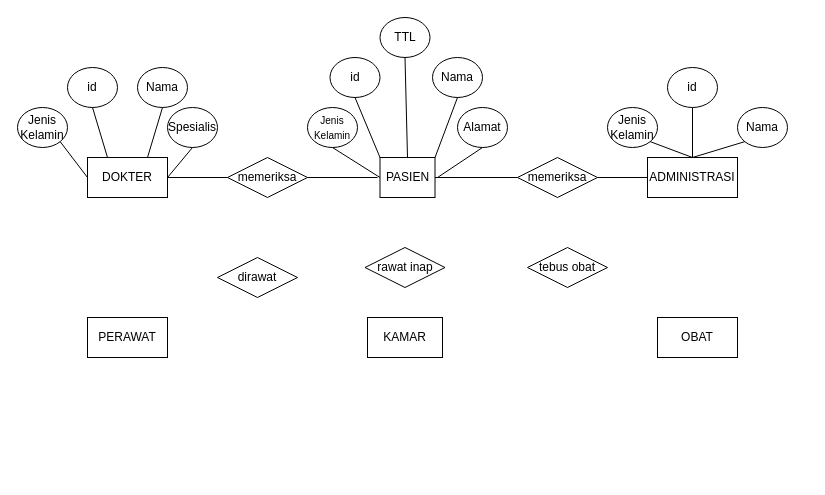
The draw.io diagram Untitled Diagram.drawio in Wigunagun/frontend, before the edit. Source tidied: cells renumbered, new cells numbered last; positions are measured from the earlier drawing's top-left corner, leaving out a move shared by most shapes. Both pictures are drawn from the tidied source at 100%, with x=0, y=0 at pixel (17, 17).
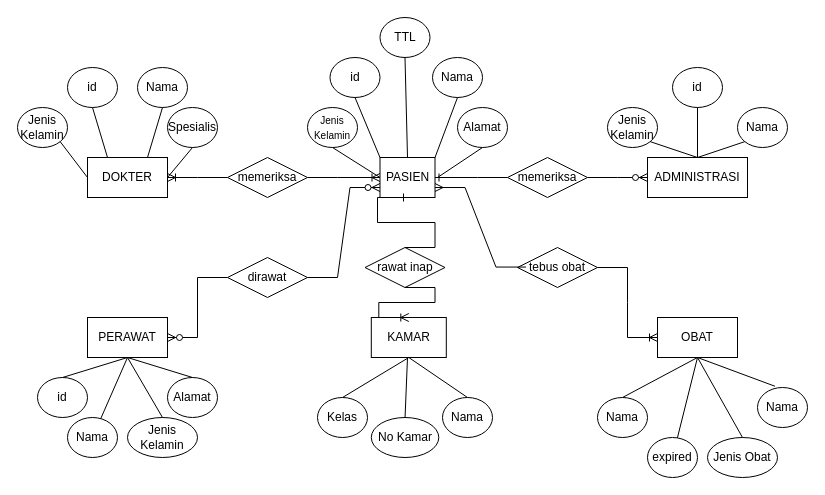
The same page after the edit.

Commit message:
klinik maharani

Unchanged cells that the change refers to:
```xml
<mxCell id="2" value="DOKTER" style="rounded=0;whiteSpace=wrap;html=1;" parent="1" vertex="1">
  <mxGeometry x="70" y="140" width="80" height="40" as="geometry" />
</mxCell>
<mxCell id="3" value="OBAT" style="rounded=0;whiteSpace=wrap;html=1;" parent="1" vertex="1">
  <mxGeometry x="640" y="300" width="80" height="40" as="geometry" />
</mxCell>
<mxCell id="5" value="PASIEN" style="rounded=0;whiteSpace=wrap;html=1;" parent="1" vertex="1">
  <mxGeometry x="362.5" y="140" width="55" height="40" as="geometry" />
</mxCell>
<mxCell id="7" value="PERAWAT" style="rounded=0;whiteSpace=wrap;html=1;" parent="1" vertex="1">
  <mxGeometry x="70" y="300" width="80" height="40" as="geometry" />
</mxCell>
<mxCell id="12" value="memeriksa" style="rhombus;whiteSpace=wrap;html=1;" parent="1" vertex="1">
  <mxGeometry x="210" y="140" width="80" height="40" as="geometry" />
</mxCell>
<mxCell id="39" value="rawat inap" style="rhombus;whiteSpace=wrap;html=1;" parent="1" vertex="1">
  <mxGeometry x="347.5" y="230" width="80" height="40" as="geometry" />
</mxCell>
```

What changed in the source:
```diff
@@
     <mxCell id="4" value="KAMAR" style="rounded=0;whiteSpace=wrap;html=1;" parent="1" vertex="1">
-      <mxGeometry x="350" y="300" width="75" height="40" as="geometry" />
+      <mxGeometry x="353.8" y="300" width="75" height="40" as="geometry" />
     </mxCell>
@@
     <mxCell id="6" value="ADMINISTRASI" style="rounded=0;whiteSpace=wrap;html=1;" parent="1" vertex="1">
-      <mxGeometry x="630" y="140" width="90" height="40" as="geometry" />
+      <mxGeometry x="630" y="140" width="100" height="40" as="geometry" />
     </mxCell>
@@
-    <mxCell id="13" style="endArrow=none;html=1;rounded=0;entryX=0;entryY=0.5;entryDx=0;entryDy=0;exitX=1;exitY=0.5;exitDx=0;exitDy=0;" parent="1" edge="1" source="2" target="12">
-      <mxGeometry relative="1" as="geometry" />
-    </mxCell>
@@
-    <mxCell id="29" style="endArrow=none;html=1;rounded=0;exitX=1;exitY=0.5;exitDx=0;exitDy=0;" parent="1" edge="1" source="12">
-      <mxGeometry relative="1" as="geometry">
-        <mxPoint x="360" y="160" as="targetPoint" />
-      </mxGeometry>
-    </mxCell>
     <mxCell id="30" value="memeriksa" style="rhombus;whiteSpace=wrap;html=1;" parent="1" vertex="1">
-      <mxGeometry x="500" y="140" width="80" height="40" as="geometry" />
+      <mxGeometry x="490" y="140" width="80" height="40" as="geometry" />
     </mxCell>
-    <mxCell id="31" style="endArrow=none;html=1;rounded=0;entryX=0;entryY=0.5;entryDx=0;entryDy=0;exitX=1;exitY=0.5;exitDx=0;exitDy=0;" parent="1" edge="1" source="5" target="30">
-      <mxGeometry relative="1" as="geometry" />
-    </mxCell>
-    <mxCell id="32" style="endArrow=none;html=1;rounded=0;entryX=0;entryY=0.5;entryDx=0;entryDy=0;exitX=1;exitY=0.5;exitDx=0;exitDy=0;" parent="1" edge="1" source="30" target="6">
-      <mxGeometry relative="1" as="geometry" />
-    </mxCell>
@@
     <mxCell id="34" value="id" style="ellipse;whiteSpace=wrap;html=1;" parent="1" vertex="1">
-      <mxGeometry x="650" y="50" width="50" height="40" as="geometry" />
+      <mxGeometry x="655" y="50" width="50" height="40" as="geometry" />
     </mxCell>
@@
     <mxCell id="40" value="dirawat" style="rhombus;whiteSpace=wrap;html=1;" parent="1" vertex="1">
-      <mxGeometry x="200" y="240" width="80" height="40" as="geometry" />
+      <mxGeometry x="210" y="240" width="80" height="40" as="geometry" />
     </mxCell>
     <mxCell id="41" value="tebus obat" style="rhombus;whiteSpace=wrap;html=1;" parent="1" vertex="1">
-      <mxGeometry x="510" y="230" width="80" height="40" as="geometry" />
+      <mxGeometry x="500" y="230" width="80" height="40" as="geometry" />
     </mxCell>
+    <mxCell id="42" value="Nama" style="ellipse;whiteSpace=wrap;html=1;" parent="1" vertex="1">
+      <mxGeometry x="425" y="380" width="50" height="40" as="geometry" />
+    </mxCell>
+    <mxCell id="43" value="No Kamar" style="ellipse;whiteSpace=wrap;html=1;" parent="1" vertex="1">
+      <mxGeometry x="353.8" y="400" width="67.5" height="40" as="geometry" />
+    </mxCell>
+    <mxCell id="44" value="Kelas" style="ellipse;whiteSpace=wrap;html=1;" parent="1" vertex="1">
+      <mxGeometry x="300" y="380" width="50" height="40" as="geometry" />
+    </mxCell>
+    <mxCell id="45" style="endArrow=none;html=1;rounded=0;entryX=0.5;entryY=1;entryDx=0;entryDy=0;exitX=0.5;exitY=0;exitDx=0;exitDy=0;" parent="1" edge="1" source="44" target="4">
+      <mxGeometry relative="1" as="geometry" />
+    </mxCell>
+    <mxCell id="46" style="endArrow=none;html=1;rounded=0;exitX=0.5;exitY=0;exitDx=0;exitDy=0;" parent="1" edge="1" source="43">
+      <mxGeometry relative="1" as="geometry">
+        <mxPoint x="390" y="340" as="targetPoint" />
+      </mxGeometry>
+    </mxCell>
+    <mxCell id="47" style="endArrow=none;html=1;rounded=0;entryX=0.5;entryY=1;entryDx=0;entryDy=0;exitX=0.5;exitY=0;exitDx=0;exitDy=0;" parent="1" edge="1" source="42" target="4">
+      <mxGeometry relative="1" as="geometry" />
+    </mxCell>
+    <mxCell id="48" value="Alamat" style="ellipse;whiteSpace=wrap;html=1;" parent="1" vertex="1">
+      <mxGeometry x="150" y="360" width="50" height="40" as="geometry" />
+    </mxCell>
+    <mxCell id="49" value="Jenis Kelamin" style="ellipse;whiteSpace=wrap;html=1;" parent="1" vertex="1">
+      <mxGeometry x="110" y="400" width="70" height="40" as="geometry" />
+    </mxCell>
+    <mxCell id="50" value="Nama" style="ellipse;whiteSpace=wrap;html=1;" parent="1" vertex="1">
+      <mxGeometry x="50" y="400" width="50" height="40" as="geometry" />
+    </mxCell>
+    <mxCell id="51" value="id" style="ellipse;whiteSpace=wrap;html=1;" parent="1" vertex="1">
+      <mxGeometry x="20" y="360" width="50" height="40" as="geometry" />
+    </mxCell>
+    <mxCell id="52" style="endArrow=none;html=1;rounded=0;entryX=0.5;entryY=1;entryDx=0;entryDy=0;exitX=0.5;exitY=0;exitDx=0;exitDy=0;" parent="1" edge="1" source="51" target="7">
+      <mxGeometry relative="1" as="geometry" />
+    </mxCell>
+    <mxCell id="53" style="endArrow=none;html=1;rounded=0;entryX=0.5;entryY=1;entryDx=0;entryDy=0;" parent="1" edge="1" source="50" target="7">
+      <mxGeometry relative="1" as="geometry" />
+    </mxCell>
+    <mxCell id="54" style="endArrow=none;html=1;rounded=0;entryX=0.5;entryY=1;entryDx=0;entryDy=0;exitX=0.5;exitY=0;exitDx=0;exitDy=0;" parent="1" edge="1" source="49" target="7">
+      <mxGeometry relative="1" as="geometry" />
+    </mxCell>
+    <mxCell id="55" style="endArrow=none;html=1;rounded=0;entryX=0.5;entryY=1;entryDx=0;entryDy=0;exitX=0.5;exitY=0;exitDx=0;exitDy=0;" parent="1" edge="1" source="48" target="7">
+      <mxGeometry relative="1" as="geometry" />
+    </mxCell>
+    <mxCell id="56" value="Nama" style="ellipse;whiteSpace=wrap;html=1;" parent="1" vertex="1">
+      <mxGeometry x="580" y="380" width="50" height="40" as="geometry" />
+    </mxCell>
+    <mxCell id="57" value="Jenis Obat" style="ellipse;whiteSpace=wrap;html=1;" parent="1" vertex="1">
+      <mxGeometry x="690" y="420" width="70" height="40" as="geometry" />
+    </mxCell>
+    <mxCell id="58" value="Nama" style="ellipse;whiteSpace=wrap;html=1;" parent="1" vertex="1">
+      <mxGeometry x="740" y="370" width="50" height="40" as="geometry" />
+    </mxCell>
+    <mxCell id="59" value="expired" style="ellipse;whiteSpace=wrap;html=1;" parent="1" vertex="1">
+      <mxGeometry x="630" y="420" width="50" height="40" as="geometry" />
+    </mxCell>
+    <mxCell id="60" style="endArrow=none;html=1;rounded=0;entryX=0.5;entryY=1;entryDx=0;entryDy=0;exitX=0.5;exitY=0;exitDx=0;exitDy=0;" parent="1" edge="1" source="56" target="3">
+      <mxGeometry relative="1" as="geometry" />
+    </mxCell>
+    <mxCell id="61" style="endArrow=none;html=1;rounded=0;entryX=0.5;entryY=1;entryDx=0;entryDy=0;" parent="1" edge="1" source="59" target="3">
+      <mxGeometry relative="1" as="geometry" />
+    </mxCell>
+    <mxCell id="62" style="endArrow=none;html=1;rounded=0;entryX=0.5;entryY=1;entryDx=0;entryDy=0;exitX=0.5;exitY=0;exitDx=0;exitDy=0;exitPerimeter=0;" parent="1" edge="1" source="57" target="3">
+      <mxGeometry relative="1" as="geometry" />
+    </mxCell>
+    <mxCell id="63" style="endArrow=none;html=1;rounded=0;exitX=0.35;exitY=-0.031;exitDx=0;exitDy=0;exitPerimeter=0;" parent="1" edge="1" source="58">
+      <mxGeometry relative="1" as="geometry">
+        <mxPoint x="680" y="340" as="targetPoint" />
+      </mxGeometry>
+    </mxCell>
+    <mxCell id="64" style="edgeStyle=entityRelationEdgeStyle;fontSize=12;html=1;endArrow=ERoneToMany;rounded=0;exitX=1;exitY=0.5;exitDx=0;exitDy=0;" parent="1" edge="1" source="12" target="5">
+      <mxGeometry relative="1" as="geometry" />
+    </mxCell>
+    <mxCell id="32" style="edgeStyle=entityRelationEdgeStyle;fontSize=12;html=1;endArrow=ERzeroToMany;endFill=1;rounded=0;entryX=0;entryY=0.5;entryDx=0;entryDy=0;exitX=1;exitY=0.5;exitDx=0;exitDy=0;" parent="1" edge="1" source="30" target="6">
+      <mxGeometry relative="1" as="geometry">
+        <Array as="points">
+          <mxPoint x="575" y="80" />
+          <mxPoint x="510" y="150" />
+        </Array>
+      </mxGeometry>
+    </mxCell>
+    <mxCell id="65" style="edgeStyle=entityRelationEdgeStyle;fontSize=12;html=1;endArrow=ERoneToMany;rounded=0;entryX=1;entryY=0.5;entryDx=0;entryDy=0;exitX=0;exitY=0.5;exitDx=0;exitDy=0;" parent="1" edge="1" source="12" target="2">
+      <mxGeometry relative="1" as="geometry" />
+    </mxCell>
+    <mxCell id="66" style="edgeStyle=entityRelationEdgeStyle;fontSize=12;html=1;endArrow=ERone;endFill=1;rounded=0;exitX=0;exitY=0.5;exitDx=0;exitDy=0;" parent="1" edge="1" source="30" target="5">
+      <mxGeometry relative="1" as="geometry" />
+    </mxCell>
+    <mxCell id="67" style="edgeStyle=entityRelationEdgeStyle;fontSize=12;html=1;endArrow=ERone;endFill=1;rounded=0;exitX=0.5;exitY=0;exitDx=0;exitDy=0;" parent="1" edge="1" source="39">
+      <mxGeometry relative="1" as="geometry">
+        <mxPoint x="390" y="180" as="targetPoint" />
+      </mxGeometry>
+    </mxCell>
+    <mxCell id="68" style="edgeStyle=entityRelationEdgeStyle;fontSize=12;html=1;endArrow=ERzeroToMany;endFill=1;rounded=0;exitX=1;exitY=0.5;exitDx=0;exitDy=0;entryX=0;entryY=0.75;entryDx=0;entryDy=0;" parent="1" edge="1" source="40" target="5">
+      <mxGeometry relative="1" as="geometry" />
+    </mxCell>
+    <mxCell id="69" style="edgeStyle=entityRelationEdgeStyle;fontSize=12;html=1;endArrow=ERmany;rounded=0;entryX=1;entryY=0.75;entryDx=0;entryDy=0;exitX=0.106;exitY=0.489;exitDx=0;exitDy=0;exitPerimeter=0;" parent="1" edge="1" source="41" target="5">
+      <mxGeometry relative="1" as="geometry" />
+    </mxCell>
+    <mxCell id="70" style="edgeStyle=entityRelationEdgeStyle;fontSize=12;html=1;endArrow=ERzeroToMany;endFill=1;rounded=0;exitX=0;exitY=0.5;exitDx=0;exitDy=0;entryX=1;entryY=0.5;entryDx=0;entryDy=0;" parent="1" edge="1" source="40" target="7">
+      <mxGeometry relative="1" as="geometry" />
+    </mxCell>
+    <mxCell id="71" style="edgeStyle=entityRelationEdgeStyle;fontSize=12;html=1;endArrow=ERoneToMany;rounded=0;entryX=0;entryY=0.5;entryDx=0;entryDy=0;" parent="1" edge="1" source="41" target="3">
+      <mxGeometry relative="1" as="geometry" />
+    </mxCell>
+    <mxCell id="72" style="edgeStyle=entityRelationEdgeStyle;fontSize=12;html=1;endArrow=ERoneToMany;rounded=0;exitX=0.5;exitY=1;exitDx=0;exitDy=0;entryX=0.5;entryY=0;entryDx=0;entryDy=0;" parent="1" edge="1" source="39" target="4">
+      <mxGeometry relative="1" as="geometry" />
+    </mxCell>
```
